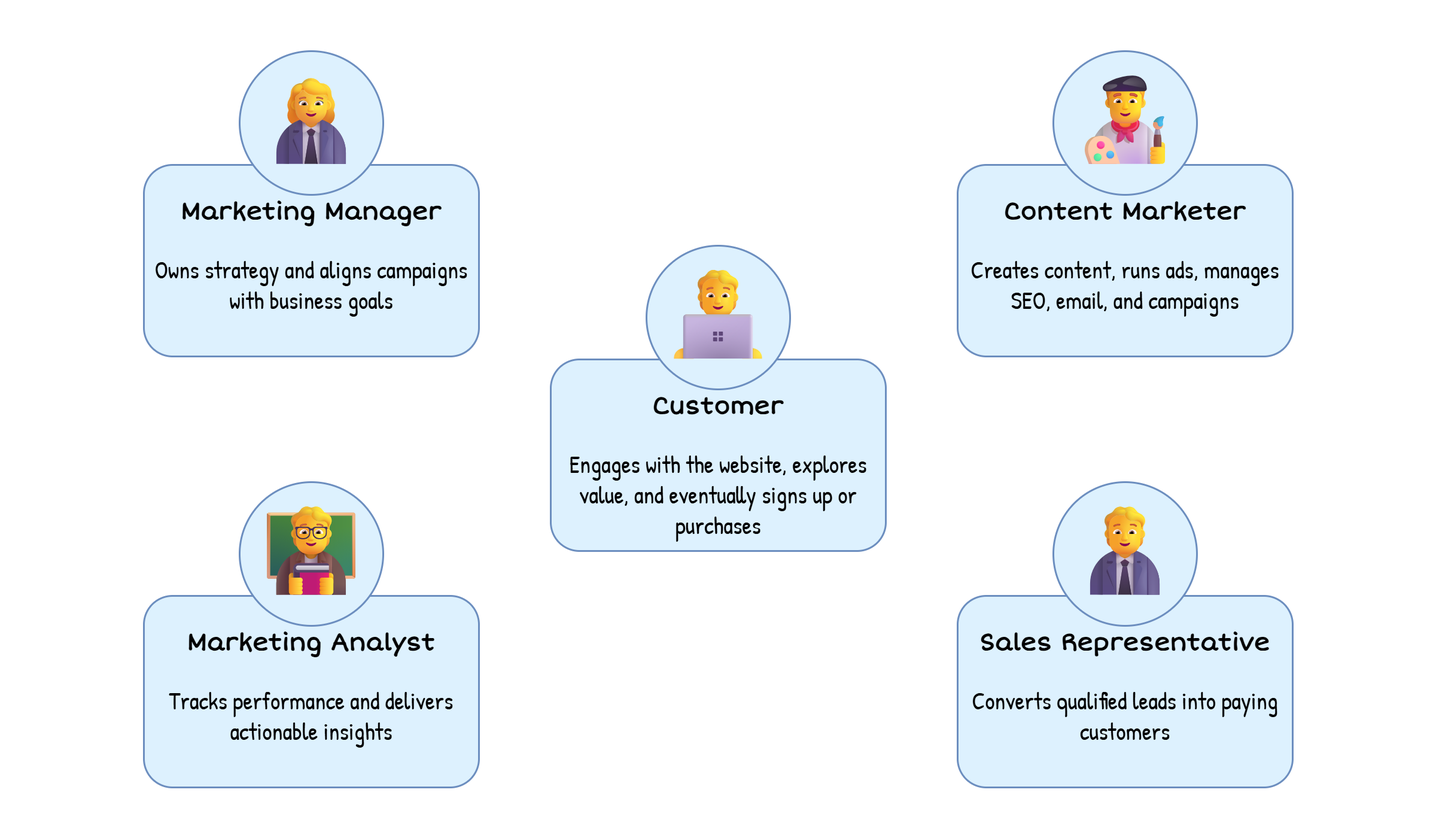
The draw.io diagram chapter-05/figure-5.3.drawio.png in software-architecture-guild/modeling-software-architecture, before a commit. Source tidied: cells renumbered, new cells last; positions are measured from the earlier drawing's top-left corner, leaving out a move shared by most shapes.
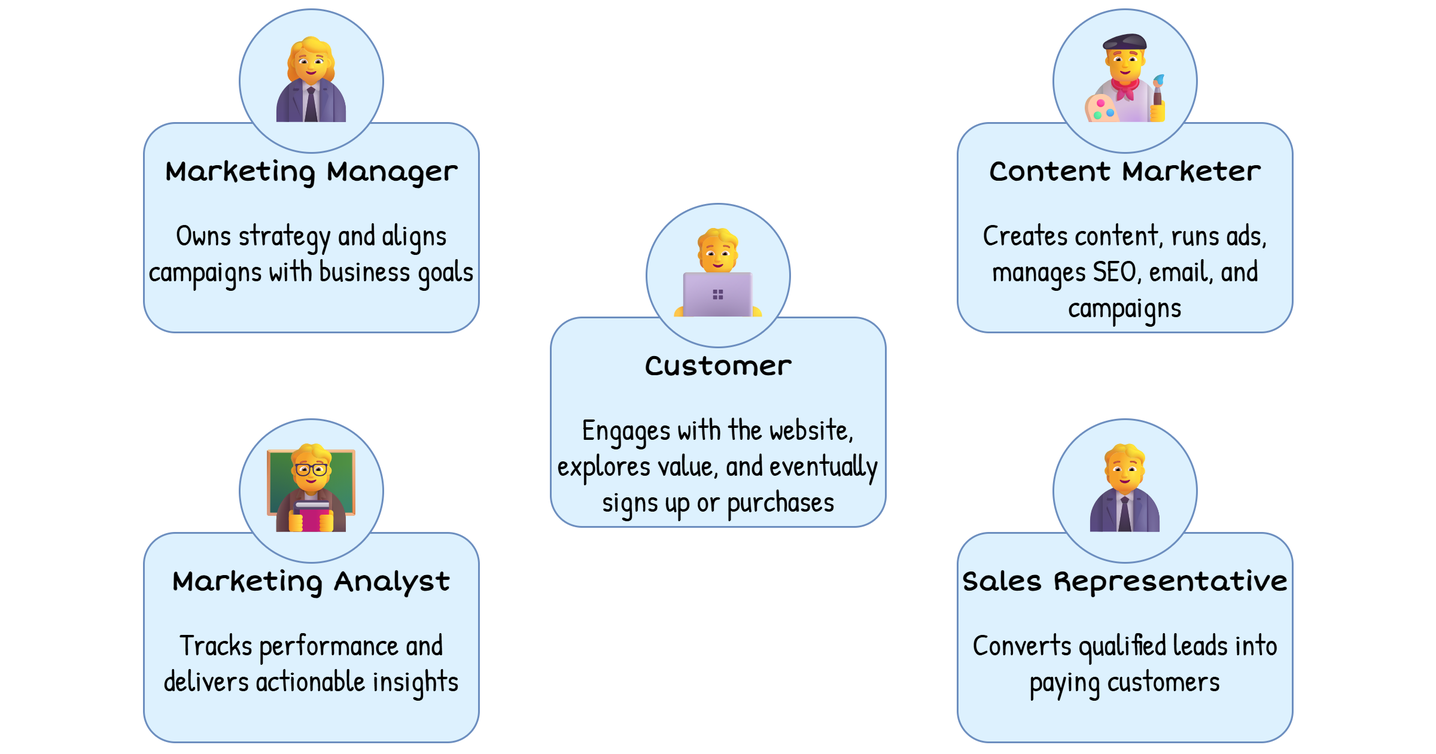
Later version of the same file.

Change to the diagram source:
```diff
@@ -3,49 +3,49 @@
     <mxCell id="0" />
     <mxCell id="1" parent="0" />
     <mxCell id="2" style="rounded=0;whiteSpace=wrap;html=1;strokeColor=none;strokeWidth=3;fontStyle=1;fillColor=default;fontColor=#494949;" parent="1" vertex="1">
-      <mxGeometry width="2400" height="1400" as="geometry" />
+      <mxGeometry y="70" width="2400" height="1260" as="geometry" />
     </mxCell>
-    <mxCell id="3" value="&lt;div&gt;&lt;br&gt;&lt;/div&gt;&lt;div&gt;&lt;font color=&quot;#000000&quot;&gt;&lt;b&gt;Customer&lt;/b&gt;&lt;/font&gt;&lt;/div&gt;&lt;div&gt;&lt;br&gt;&lt;/div&gt;&lt;div&gt;&lt;font face=&quot;Patrick Hand&quot;&gt;Engages with the website, explores value, and eventually signs up or purchases&lt;/font&gt;&lt;/div&gt;" style="rounded=1;whiteSpace=wrap;html=1;strokeWidth=3;fontFamily=Short Stack;fontSource=https%3A%2F%2Ffonts.googleapis.com%2Fcss%3Ffamily%3DShort%2BStack;fontSize=40;strokeColor=#6c8ebf;fillColor=#DDF1FE;verticalAlign=top;" parent="1" vertex="1">
-      <mxGeometry x="920" y="600" width="560" height="320" as="geometry" />
+    <mxCell id="3" value="&lt;div&gt;&lt;br&gt;&lt;/div&gt;&lt;div&gt;&lt;font style=&quot;font-size: 45px;&quot; color=&quot;#000000&quot;&gt;&lt;b style=&quot;&quot;&gt;Customer&lt;/b&gt;&lt;/font&gt;&lt;/div&gt;&lt;div&gt;&lt;br&gt;&lt;/div&gt;&lt;div&gt;&lt;font style=&quot;font-size: 50px;&quot; face=&quot;Patrick Hand&quot;&gt;Engages with the website, explores value, and eventually signs up or purchases&lt;/font&gt;&lt;/div&gt;" style="rounded=1;whiteSpace=wrap;html=1;strokeWidth=3;fontFamily=Short Stack;fontSource=https%3A%2F%2Ffonts.googleapis.com%2Fcss%3Ffamily%3DShort%2BStack;fontSize=40;strokeColor=#6c8ebf;fillColor=#DDF1FE;verticalAlign=top;" parent="1" vertex="1">
+      <mxGeometry x="920" y="600" width="560" height="350" as="geometry" />
     </mxCell>
     <mxCell id="4" value="&lt;font style=&quot;font-size: 150px;&quot;&gt;🧑‍💻&lt;/font&gt;" style="ellipse;whiteSpace=wrap;html=1;rounded=1;strokeColor=#6c8ebf;strokeWidth=3;align=center;verticalAlign=middle;fontFamily=Short Stack;fontSource=https%3A%2F%2Ffonts.googleapis.com%2Fcss%3Ffamily%3DShort%2BStack;fontSize=40;fontColor=default;fillColor=#DDF1FE;" parent="1" vertex="1">
       <mxGeometry x="1080" y="410" width="240" height="240" as="geometry" />
     </mxCell>
     <mxCell id="5" style="group;" parent="1" vertex="1">
-      <mxGeometry x="240" y="85" width="560" height="510" as="geometry" />
+      <mxGeometry x="240" y="85" width="560" height="540" as="geometry" />
     </mxCell>
-    <mxCell id="6" value="&lt;div&gt;&lt;br&gt;&lt;/div&gt;&lt;div&gt;&lt;b&gt;Marketing Manager&lt;/b&gt;&lt;/div&gt;&lt;div&gt;&lt;b&gt;&lt;br&gt;&lt;/b&gt;&lt;/div&gt;&lt;div&gt;&lt;font face=&quot;Patrick Hand&quot;&gt;Owns strategy and aligns campaigns with business goals&lt;/font&gt;&lt;/div&gt;" style="rounded=1;whiteSpace=wrap;html=1;strokeWidth=3;fontFamily=Short Stack;fontSource=https%3A%2F%2Ffonts.googleapis.com%2Fcss%3Ffamily%3DShort%2BStack;fontSize=40;strokeColor=#6c8ebf;fillColor=#DDF1FE;verticalAlign=top;" parent="5" vertex="1">
-      <mxGeometry y="190" width="560" height="320" as="geometry" />
+    <mxCell id="6" value="&lt;div&gt;&lt;br&gt;&lt;/div&gt;&lt;div&gt;&lt;b&gt;&lt;font style=&quot;font-size: 45px;&quot;&gt;Marketing Manager&lt;/font&gt;&lt;/b&gt;&lt;/div&gt;&lt;div&gt;&lt;b&gt;&lt;br&gt;&lt;/b&gt;&lt;/div&gt;&lt;div&gt;&lt;font style=&quot;font-size: 50px;&quot; face=&quot;Patrick Hand&quot;&gt;Owns strategy and aligns campaigns with business goals&lt;/font&gt;&lt;/div&gt;" style="rounded=1;whiteSpace=wrap;html=1;strokeWidth=3;fontFamily=Short Stack;fontSource=https%3A%2F%2Ffonts.googleapis.com%2Fcss%3Ffamily%3DShort%2BStack;fontSize=40;strokeColor=#6c8ebf;fillColor=#DDF1FE;verticalAlign=top;" parent="5" vertex="1">
+      <mxGeometry y="190" width="560" height="350" as="geometry" />
     </mxCell>
     <mxCell id="7" value="&lt;font style=&quot;font-size: 150px;&quot;&gt;👩‍💼&lt;/font&gt;" style="ellipse;whiteSpace=wrap;html=1;rounded=1;strokeColor=#6c8ebf;strokeWidth=3;align=center;verticalAlign=middle;fontFamily=Short Stack;fontSource=https%3A%2F%2Ffonts.googleapis.com%2Fcss%3Ffamily%3DShort%2BStack;fontSize=40;fontColor=default;fillColor=#DDF1FE;" parent="5" vertex="1">
       <mxGeometry x="160" width="240" height="240" as="geometry" />
     </mxCell>
     <mxCell id="8" style="group;" parent="1" vertex="1">
-      <mxGeometry x="1600" y="85" width="560" height="510" as="geometry" />
+      <mxGeometry x="1600" y="85" width="560" height="540" as="geometry" />
     </mxCell>
-    <mxCell id="9" value="&lt;div&gt;&lt;br&gt;&lt;/div&gt;&lt;div&gt;&lt;b&gt;Content Marketer&lt;/b&gt;&lt;/div&gt;&lt;div&gt;&lt;br&gt;&lt;/div&gt;&lt;div&gt;&lt;font face=&quot;Patrick Hand&quot;&gt;Creates content, runs ads, manages SEO, email, and campaigns&lt;/font&gt;&lt;/div&gt;" style="rounded=1;whiteSpace=wrap;html=1;strokeWidth=3;fontFamily=Short Stack;fontSource=https%3A%2F%2Ffonts.googleapis.com%2Fcss%3Ffamily%3DShort%2BStack;fontSize=40;strokeColor=#6c8ebf;fillColor=#DDF1FE;verticalAlign=top;" parent="8" vertex="1">
-      <mxGeometry y="190" width="560" height="320" as="geometry" />
+    <mxCell id="9" value="&lt;div&gt;&lt;br&gt;&lt;/div&gt;&lt;div&gt;&lt;b&gt;&lt;font style=&quot;font-size: 45px;&quot;&gt;Content Marketer&lt;/font&gt;&lt;/b&gt;&lt;/div&gt;&lt;div&gt;&lt;br&gt;&lt;/div&gt;&lt;div&gt;&lt;font style=&quot;font-size: 50px;&quot; face=&quot;Patrick Hand&quot;&gt;Creates content, runs ads, manages SEO, email, and campaigns&lt;/font&gt;&lt;/div&gt;" style="rounded=1;whiteSpace=wrap;html=1;strokeWidth=3;fontFamily=Short Stack;fontSource=https%3A%2F%2Ffonts.googleapis.com%2Fcss%3Ffamily%3DShort%2BStack;fontSize=40;strokeColor=#6c8ebf;fillColor=#DDF1FE;verticalAlign=top;" parent="8" vertex="1">
+      <mxGeometry y="190" width="560" height="350" as="geometry" />
     </mxCell>
     <mxCell id="10" value="&lt;font style=&quot;font-size: 150px;&quot;&gt;👨‍🎨&lt;/font&gt;" style="ellipse;whiteSpace=wrap;html=1;rounded=1;strokeColor=#6c8ebf;strokeWidth=3;align=center;verticalAlign=middle;fontFamily=Short Stack;fontSource=https%3A%2F%2Ffonts.googleapis.com%2Fcss%3Ffamily%3DShort%2BStack;fontSize=40;fontColor=default;fillColor=#DDF1FE;" parent="8" vertex="1">
       <mxGeometry x="160" width="240" height="240" as="geometry" />
     </mxCell>
+    <mxCell id="14" style="group;" parent="1" vertex="1">
+      <mxGeometry x="1600" y="770" width="560" height="540" as="geometry" />
+    </mxCell>
+    <mxCell id="15" value="&lt;div&gt;&lt;br&gt;&lt;/div&gt;&lt;div&gt;&lt;b&gt;&lt;font style=&quot;font-size: 45px;&quot;&gt;Sales Representative&lt;/font&gt;&lt;/b&gt;&lt;/div&gt;&lt;div&gt;&lt;br&gt;&lt;/div&gt;&lt;div&gt;&lt;font style=&quot;font-size: 50px;&quot; face=&quot;Patrick Hand&quot;&gt;Converts qualified leads into paying customers&lt;/font&gt;&lt;/div&gt;" style="rounded=1;whiteSpace=wrap;html=1;strokeWidth=3;fontFamily=Short Stack;fontSource=https%3A%2F%2Ffonts.googleapis.com%2Fcss%3Ffamily%3DShort%2BStack;fontSize=40;strokeColor=#6c8ebf;fillColor=#DDF1FE;verticalAlign=top;" parent="14" vertex="1">
+      <mxGeometry y="190" width="560" height="350" as="geometry" />
+    </mxCell>
+    <mxCell id="16" value="&lt;font style=&quot;font-size: 150px;&quot;&gt;🧑‍💼&lt;/font&gt;" style="ellipse;whiteSpace=wrap;html=1;rounded=1;strokeColor=#6c8ebf;strokeWidth=3;align=center;verticalAlign=middle;fontFamily=Short Stack;fontSource=https%3A%2F%2Ffonts.googleapis.com%2Fcss%3Ffamily%3DShort%2BStack;fontSize=40;fontColor=default;fillColor=#DDF1FE;" parent="14" vertex="1">
+      <mxGeometry x="160" width="240" height="240" as="geometry" />
+    </mxCell>
-    <mxCell id="11" style="group;" parent="1" vertex="1">
-      <mxGeometry x="240" y="805" width="560" height="510" as="geometry" />
+    <mxCell id="11" style="group;" parent="14" vertex="1">
+      <mxGeometry x="-1360" width="560" height="540" as="geometry" />
     </mxCell>
-    <mxCell id="12" value="&lt;div&gt;&lt;br&gt;&lt;/div&gt;&lt;div&gt;&lt;b&gt;Marketing Analyst&lt;/b&gt;&lt;/div&gt;&lt;div&gt;&lt;br&gt;&lt;/div&gt;&lt;div&gt;&lt;font face=&quot;Patrick Hand&quot;&gt;Tracks performance and delivers actionable insights&lt;/font&gt;&lt;/div&gt;" style="rounded=1;whiteSpace=wrap;html=1;strokeWidth=3;fontFamily=Short Stack;fontSource=https%3A%2F%2Ffonts.googleapis.com%2Fcss%3Ffamily%3DShort%2BStack;fontSize=40;strokeColor=#6c8ebf;fillColor=#DDF1FE;verticalAlign=top;" parent="11" vertex="1">
-      <mxGeometry y="190" width="560" height="320" as="geometry" />
+    <mxCell id="12" value="&lt;div&gt;&lt;br&gt;&lt;/div&gt;&lt;div&gt;&lt;b&gt;&lt;font style=&quot;font-size: 45px;&quot;&gt;Marketing Analyst&lt;/font&gt;&lt;/b&gt;&lt;/div&gt;&lt;div&gt;&lt;br&gt;&lt;/div&gt;&lt;div&gt;&lt;font style=&quot;font-size: 50px;&quot; face=&quot;Patrick Hand&quot;&gt;Tracks performance and delivers actionable insights&lt;/font&gt;&lt;/div&gt;" style="rounded=1;whiteSpace=wrap;html=1;strokeWidth=3;fontFamily=Short Stack;fontSource=https%3A%2F%2Ffonts.googleapis.com%2Fcss%3Ffamily%3DShort%2BStack;fontSize=40;strokeColor=#6c8ebf;fillColor=#DDF1FE;verticalAlign=top;" parent="11" vertex="1">
+      <mxGeometry y="190" width="560" height="350" as="geometry" />
     </mxCell>
     <mxCell id="13" value="&lt;font style=&quot;font-size: 150px;&quot;&gt;🧑‍🏫&lt;/font&gt;" style="ellipse;whiteSpace=wrap;html=1;rounded=1;strokeColor=#6c8ebf;strokeWidth=3;align=center;verticalAlign=middle;fontFamily=Short Stack;fontSource=https%3A%2F%2Ffonts.googleapis.com%2Fcss%3Ffamily%3DShort%2BStack;fontSize=40;fontColor=default;fillColor=#DDF1FE;" parent="11" vertex="1">
       <mxGeometry x="160" width="240" height="240" as="geometry" />
     </mxCell>
-    <mxCell id="14" style="group;" parent="1" vertex="1">
-      <mxGeometry x="1600" y="805" width="560" height="510" as="geometry" />
-    </mxCell>
-    <mxCell id="15" value="&lt;div&gt;&lt;br&gt;&lt;/div&gt;&lt;div&gt;&lt;b&gt;Sales Representative&lt;/b&gt;&lt;/div&gt;&lt;div&gt;&lt;br&gt;&lt;/div&gt;&lt;div&gt;&lt;font face=&quot;Patrick Hand&quot;&gt;Converts qualified leads into paying customers&lt;/font&gt;&lt;/div&gt;" style="rounded=1;whiteSpace=wrap;html=1;strokeWidth=3;fontFamily=Short Stack;fontSource=https%3A%2F%2Ffonts.googleapis.com%2Fcss%3Ffamily%3DShort%2BStack;fontSize=40;strokeColor=#6c8ebf;fillColor=#DDF1FE;verticalAlign=top;" parent="14" vertex="1">
-      <mxGeometry y="190" width="560" height="320" as="geometry" />
-    </mxCell>
-    <mxCell id="16" value="&lt;font style=&quot;font-size: 150px;&quot;&gt;🧑‍💼&lt;/font&gt;" style="ellipse;whiteSpace=wrap;html=1;rounded=1;strokeColor=#6c8ebf;strokeWidth=3;align=center;verticalAlign=middle;fontFamily=Short Stack;fontSource=https%3A%2F%2Ffonts.googleapis.com%2Fcss%3Ffamily%3DShort%2BStack;fontSize=40;fontColor=default;fillColor=#DDF1FE;" parent="14" vertex="1">
-      <mxGeometry x="160" width="240" height="240" as="geometry" />
-    </mxCell>
   </root>
 </mxGraphModel>
```
